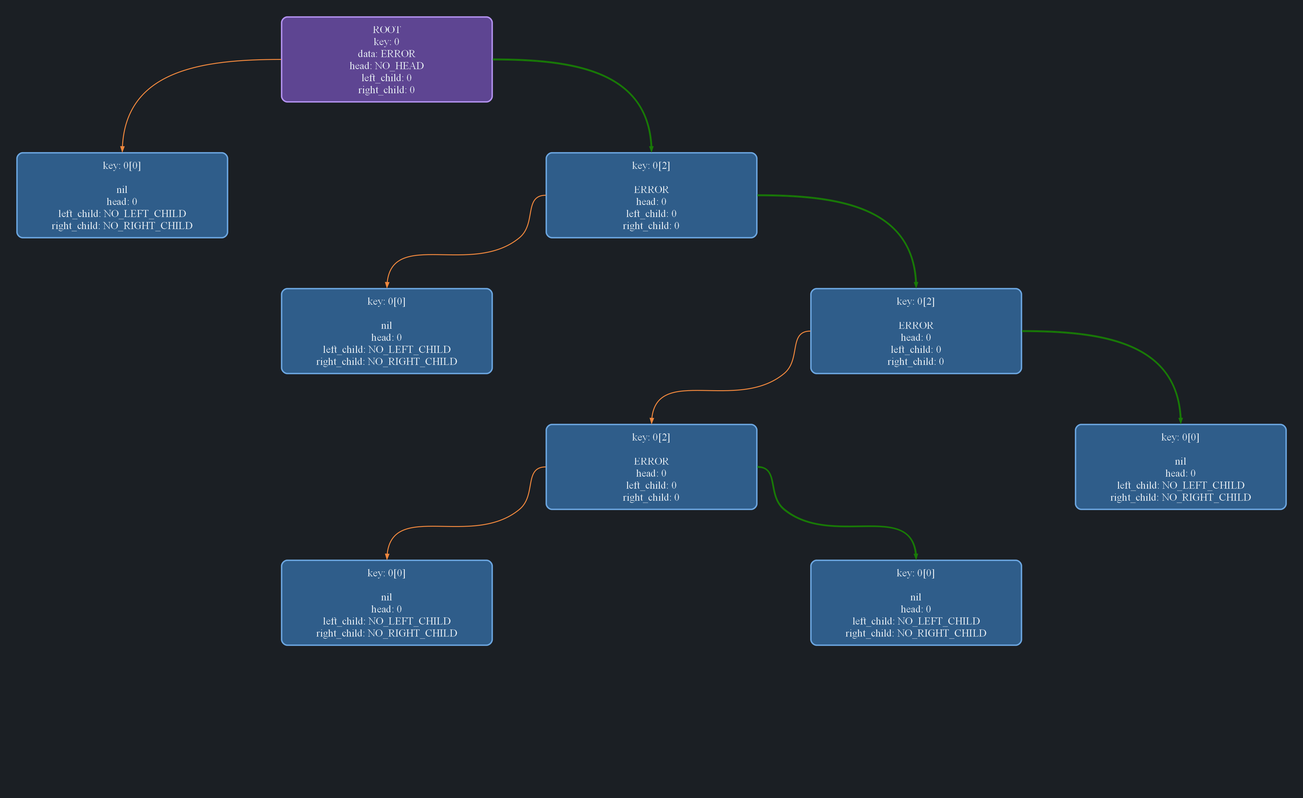
OkulovDmitry/Akinator-on-binary-tree keeps this Graphviz diagram as png_dumps/dump2.txt_ortho.png. Above is the earlier version. Its source is kept beside it as dot_of_dumps/dump2.txt_ortho.dot.
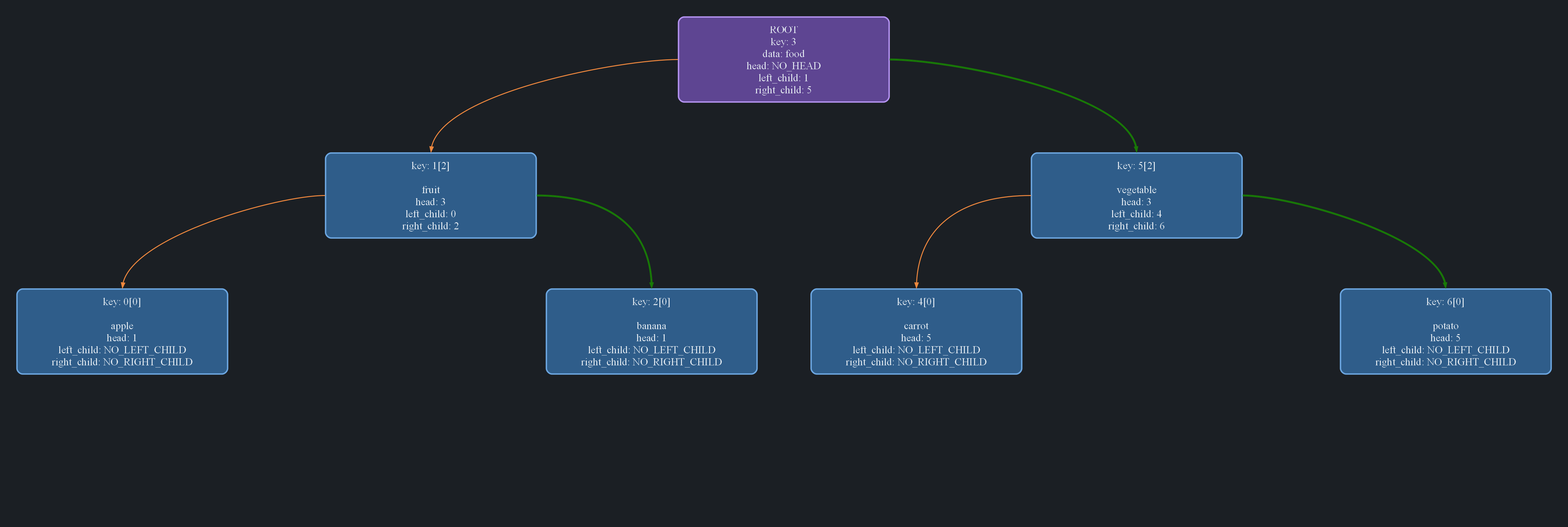
The same diagram one commit later.

Diff of the diagram source:
```diff
@@ -2,76 +2,60 @@
   graph [dpi=110, bgcolor="#1B1F24", splines=true, pad=0.5, nodesep=1.6, ranksep=1.5];
   node  [shape=rectangle, style="rounded,filled", fontcolor="#E6EDF3", fontsize=22, width=6.2, height=2.5, fixedsize=true, penwidth=3];
   edge  [penwidth=2, arrowsize=1.0];
-  cell0 [fillcolor="#5e4592", color="#B392F0", label="ROOT\n\key: 0\ndata: ERROR\nhead: NO_HEAD\nleft_child: 0\nright_child: 0"];
-  cell1 [fillcolor="#2F5D8A", color="#6CA6E0", label="key: 0[0]\n\nnil\nhead: 0\nleft_child: NO_LEFT_CHILD\nright_child: NO_RIGHT_CHILD"];
-  cell2 [style="invis", width=1, fixedsize=true];
+  cell0 [fillcolor="#5e4592", color="#B392F0", label="ROOT\n\key: 3\ndata: food\nhead: NO_HEAD\nleft_child: 1\nright_child: 5"];
+  cell1 [fillcolor="#2F5D8A", color="#6CA6E0", label="key: 1[2]\n\nfruit\nhead: 3\nleft_child: 0\nright_child: 2"];
+  cell2 [fillcolor="#2F5D8A", color="#6CA6E0", label="key: 0[0]\n\napple\nhead: 1\nleft_child: NO_LEFT_CHILD\nright_child: NO_RIGHT_CHILD"];
   cell3 [style="invis", width=1, fixedsize=true];
   cell4 [style="invis", width=1, fixedsize=true];
   cell5 [style="invis", width=1, fixedsize=true];
   cell6 [style="invis", width=1, fixedsize=true];
   cell7 [style="invis", width=1, fixedsize=true];
-  cell8 [fillcolor="#2F5D8A", color="#6CA6E0", label="key: 0[2]\n\nERROR\nhead: 0\nleft_child: 0\nright_child: 0"];
-  cell9 [fillcolor="#2F5D8A", color="#6CA6E0", label="key: 0[0]\n\nnil\nhead: 0\nleft_child: NO_LEFT_CHILD\nright_child: NO_RIGHT_CHILD"];
+  cell8 [style="invis", width=1, fixedsize=true];
+  cell9 [fillcolor="#2F5D8A", color="#6CA6E0", label="key: 2[0]\n\nbanana\nhead: 1\nleft_child: NO_LEFT_CHILD\nright_child: NO_RIGHT_CHILD"];
   cell10 [style="invis", width=1, fixedsize=true];
   cell11 [style="invis", width=1, fixedsize=true];
   cell12 [style="invis", width=1, fixedsize=true];
   cell13 [style="invis", width=1, fixedsize=true];
   cell14 [style="invis", width=1, fixedsize=true];
   cell15 [style="invis", width=1, fixedsize=true];
-  cell16 [fillcolor="#2F5D8A", color="#6CA6E0", label="key: 0[2]\n\nERROR\nhead: 0\nleft_child: 0\nright_child: 0"];
-  cell17 [fillcolor="#2F5D8A", color="#6CA6E0", label="key: 0[2]\n\nERROR\nhead: 0\nleft_child: 0\nright_child: 0"];
-  cell18 [fillcolor="#2F5D8A", color="#6CA6E0", label="key: 0[0]\n\nnil\nhead: 0\nleft_child: NO_LEFT_CHILD\nright_child: NO_RIGHT_CHILD"];
+  cell16 [fillcolor="#2F5D8A", color="#6CA6E0", label="key: 5[2]\n\nvegetable\nhead: 3\nleft_child: 4\nright_child: 6"];
+  cell17 [fillcolor="#2F5D8A", color="#6CA6E0", label="key: 4[0]\n\ncarrot\nhead: 5\nleft_child: NO_LEFT_CHILD\nright_child: NO_RIGHT_CHILD"];
+  cell18 [style="invis", width=1, fixedsize=true];
   cell19 [style="invis", width=1, fixedsize=true];
   cell20 [style="invis", width=1, fixedsize=true];
   cell21 [style="invis", width=1, fixedsize=true];
   cell22 [style="invis", width=1, fixedsize=true];
   cell23 [style="invis", width=1, fixedsize=true];
-  cell24 [style="invis", width=1, fixedsize=true];
-  cell25 [fillcolor="#2F5D8A", color="#6CA6E0", label="key: 0[0]\n\nnil\nhead: 0\nleft_child: NO_LEFT_CHILD\nright_child: NO_RIGHT_CHILD"];
+  cell24 [fillcolor="#2F5D8A", color="#6CA6E0", label="key: 6[0]\n\npotato\nhead: 5\nleft_child: NO_LEFT_CHILD\nright_child: NO_RIGHT_CHILD"];
+  cell25 [style="invis", width=1, fixedsize=true];
   cell26 [style="invis", width=1, fixedsize=true];
   cell27 [style="invis", width=1, fixedsize=true];
-  cell28 [style="invis", width=1, fixedsize=true];
-  cell29 [style="invis", width=1, fixedsize=true];
-  cell30 [style="invis", width=1, fixedsize=true];
-  cell31 [style="invis", width=1, fixedsize=true];
-  cell32 [fillcolor="#2F5D8A", color="#6CA6E0", label="key: 0[0]\n\nnil\nhead: 0\nleft_child: NO_LEFT_CHILD\nright_child: NO_RIGHT_CHILD"];
-  cell33 [style="invis", width=1, fixedsize=true];
-  cell34 [style="invis", width=1, fixedsize=true];
-  cell35 [style="invis", width=1, fixedsize=true];
-  cell1:s -> cell2:n [color="#8B949E", style=invis, weigh=10000, headclip=true];
-  cell1:s -> cell3:n [color="#8B949E", style=invis, weigh=10000, headclip=true];
-  cell1:s -> cell4:n [color="#8B949E", style=invis, weigh=10000, headclip=true];
-  cell0:w -> cell1:n [color="#F0883E", headclip=true];
-  cell0:s -> cell5:n [color="#8B949E", style=invis, weigh=10000, headclip=true];
-  cell0:s -> cell6:n [color="#8B949E", style=invis, weigh=10000, headclip=true];
-  cell0:s -> cell7:n [color="#8B949E", style=invis, weigh=10000, headclip=true];
+  cell2:s -> cell3:n [color="#8B949E", style=invis, weigh=10000, headclip=true];
+  cell2:s -> cell4:n [color="#8B949E", style=invis, weigh=10000, headclip=true];
+  cell2:s -> cell5:n [color="#8B949E", style=invis, weigh=10000, headclip=true];
+  cell1:w -> cell2:n [color="#F0883E", headclip=true];
+  cell1:s -> cell6:n [color="#8B949E", style=invis, weigh=10000, headclip=true];
+  cell1:s -> cell7:n [color="#8B949E", style=invis, weigh=10000, headclip=true];
+  cell1:s -> cell8:n [color="#8B949E", style=invis, weigh=10000, headclip=true];
   cell9:s -> cell10:n [color="#8B949E", style=invis, weigh=10000, headclip=true];
   cell9:s -> cell11:n [color="#8B949E", style=invis, weigh=10000, headclip=true];
   cell9:s -> cell12:n [color="#8B949E", style=invis, weigh=10000, headclip=true];
-  cell8:w -> cell9:n [color="#F0883E", headclip=true];
-  cell8:s -> cell13:n [color="#8B949E", style=invis, weigh=10000, headclip=true];
-  cell8:s -> cell14:n [color="#8B949E", style=invis, weigh=10000, headclip=true];
-  cell8:s -> cell15:n [color="#8B949E", style=invis, weigh=10000, headclip=true];
-  cell18:s -> cell19:n [color="#8B949E", style=invis, weigh=10000, headclip=true];
-  cell18:s -> cell20:n [color="#8B949E", style=invis, weigh=10000, headclip=true];
-  cell18:s -> cell21:n [color="#8B949E", style=invis, weigh=10000, headclip=true];
-  cell17:w -> cell18:n [color="#F0883E", headclip=true];
-  cell17:s -> cell22:n [color="#8B949E", style=invis, weigh=10000, headclip=true];
-  cell17:s -> cell23:n [color="#8B949E", style=invis, weigh=10000, headclip=true];
-  cell17:s -> cell24:n [color="#8B949E", style=invis, weigh=10000, headclip=true];
-  cell25:s -> cell26:n [color="#8B949E", style=invis, weigh=10000, headclip=true];
-  cell25:s -> cell27:n [color="#8B949E", style=invis, weigh=10000, headclip=true];
-  cell25:s -> cell28:n [color="#8B949E", style=invis, weigh=10000, headclip=true];
-  cell17:e -> cell25:n [color="#187a06:#187a06", headclip=true];
+  cell1:e -> cell9:n [color="#187a06:#187a06", headclip=true];
+  cell0:w -> cell1:n [color="#F0883E", headclip=true];
+  cell0:s -> cell13:n [color="#8B949E", style=invis, weigh=10000, headclip=true];
+  cell0:s -> cell14:n [color="#8B949E", style=invis, weigh=10000, headclip=true];
+  cell0:s -> cell15:n [color="#8B949E", style=invis, weigh=10000, headclip=true];
+  cell17:s -> cell18:n [color="#8B949E", style=invis, weigh=10000, headclip=true];
+  cell17:s -> cell19:n [color="#8B949E", style=invis, weigh=10000, headclip=true];
+  cell17:s -> cell20:n [color="#8B949E", style=invis, weigh=10000, headclip=true];
   cell16:w -> cell17:n [color="#F0883E", headclip=true];
-  cell16:s -> cell29:n [color="#8B949E", style=invis, weigh=10000, headclip=true];
-  cell16:s -> cell30:n [color="#8B949E", style=invis, weigh=10000, headclip=true];
-  cell16:s -> cell31:n [color="#8B949E", style=invis, weigh=10000, headclip=true];
-  cell32:s -> cell33:n [color="#8B949E", style=invis, weigh=10000, headclip=true];
-  cell32:s -> cell34:n [color="#8B949E", style=invis, weigh=10000, headclip=true];
-  cell32:s -> cell35:n [color="#8B949E", style=invis, weigh=10000, headclip=true];
-  cell16:e -> cell32:n [color="#187a06:#187a06", headclip=true];
-  cell8:e -> cell16:n [color="#187a06:#187a06", headclip=true];
-  cell0:e -> cell8:n [color="#187a06:#187a06", headclip=true];
-  { rank=TB; cell0; cell1; cell2; cell3; }
+  cell16:s -> cell21:n [color="#8B949E", style=invis, weigh=10000, headclip=true];
+  cell16:s -> cell22:n [color="#8B949E", style=invis, weigh=10000, headclip=true];
+  cell16:s -> cell23:n [color="#8B949E", style=invis, weigh=10000, headclip=true];
+  cell24:s -> cell25:n [color="#8B949E", style=invis, weigh=10000, headclip=true];
+  cell24:s -> cell26:n [color="#8B949E", style=invis, weigh=10000, headclip=true];
+  cell24:s -> cell27:n [color="#8B949E", style=invis, weigh=10000, headclip=true];
+  cell16:e -> cell24:n [color="#187a06:#187a06", headclip=true];
+  cell0:e -> cell16:n [color="#187a06:#187a06", headclip=true];
+  { rank=TB; cell0; cell1; cell2; cell3; cell4; cell5; cell6; }
 }
```
